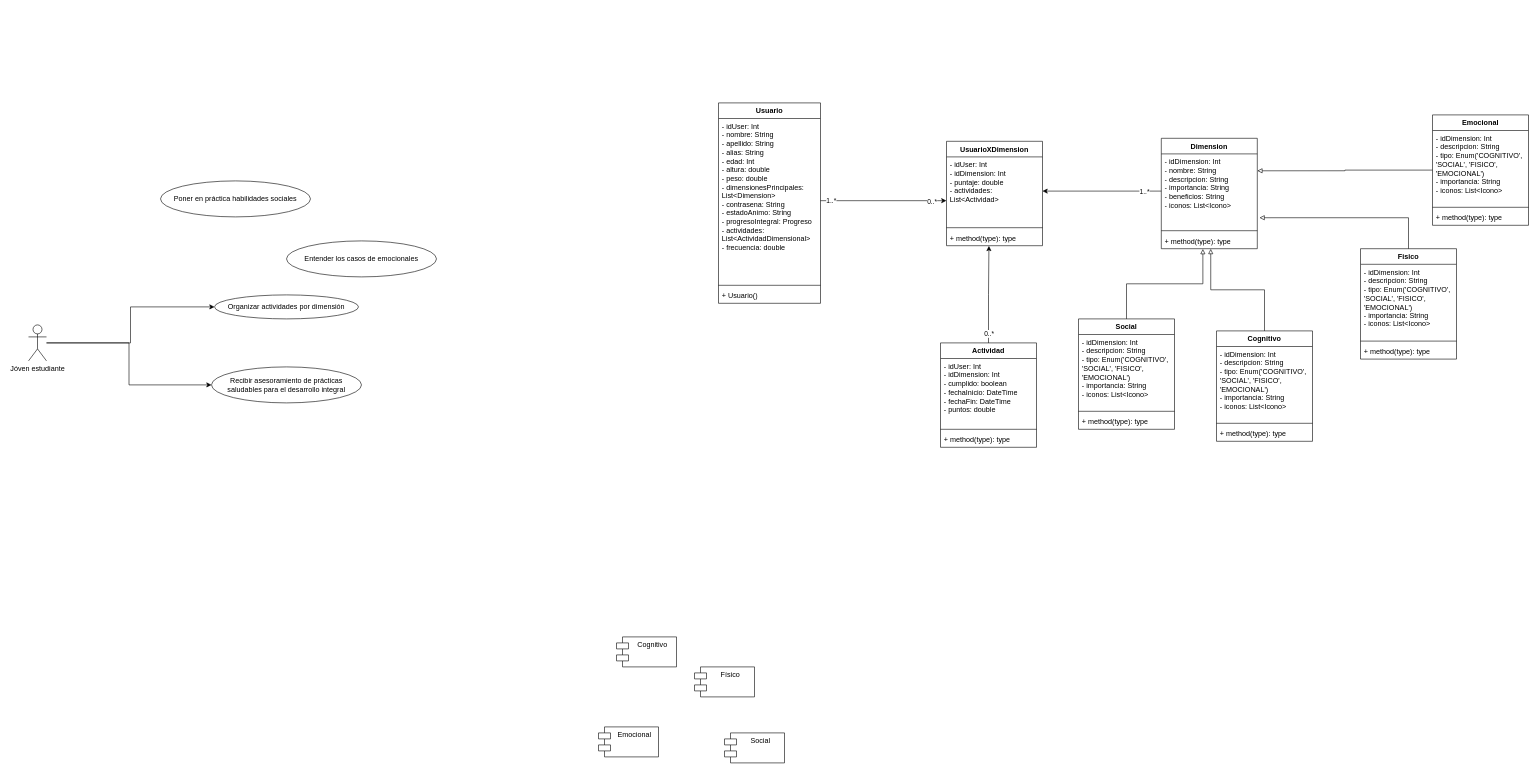
This is ArquitecturaAUVRA.drawio from MatiaswthH/Diagramas_drawio, a draw.io file, before an edit. Source tidied: cells renumbered, new cells numbered last; positions are measured from the earlier drawing's top-left corner, leaving out a move shared by most shapes. Both pictures are drawn from the tidied source at 60%, with x=0, y=0 at pixel (28, 103).
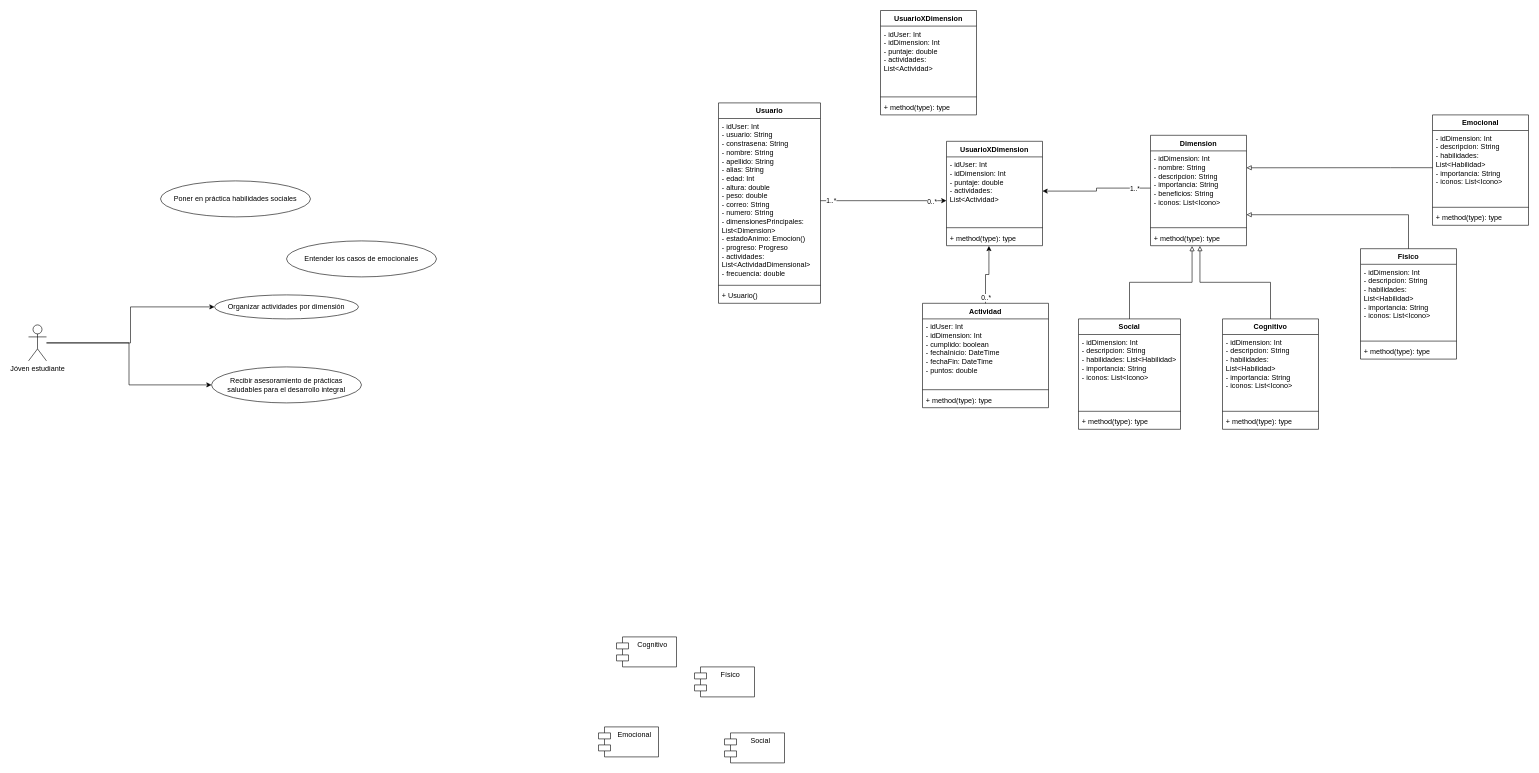
The same diagram, later.

Unchanged cells that the change refers to:
```xml
<mxCell id="13" value="Usuario" style="swimlane;fontStyle=1;align=center;verticalAlign=top;horizontal=1;startSize=26;whiteSpace=wrap;html=1;" parent="1" vertex="1">
  <mxGeometry x="1150" width="170" height="334" as="geometry" />
</mxCell>
<mxCell id="18" value="&lt;div&gt;- idDimension: Int&lt;/div&gt;&lt;div&gt;- nombre: String&lt;/div&gt;&lt;div&gt;- descripcion: String&lt;/div&gt;&lt;div&gt;- importancia: String&lt;/div&gt;&lt;div&gt;- beneficios: String&lt;/div&gt;&lt;div&gt;- iconos: List&amp;lt;Icono&amp;gt;&amp;nbsp;&lt;/div&gt;" style="text;strokeColor=none;fillColor=none;align=left;verticalAlign=top;spacingLeft=4;spacingRight=4;overflow=hidden;points=[[0,0.5],[1,0.5]];portConstraint=eastwest;whiteSpace=wrap;html=1;" parent="17" vertex="1">
  <mxGeometry y="26" width="160" height="124" as="geometry" />
</mxCell>
<mxCell id="37" value="Fisico" style="swimlane;fontStyle=1;align=center;verticalAlign=top;horizontal=1;startSize=26;whiteSpace=wrap;html=1;" parent="1" vertex="1">
  <mxGeometry x="2220" y="243" width="160" height="184" as="geometry" />
</mxCell>
<mxCell id="41" value="Emocional" style="swimlane;fontStyle=1;align=center;verticalAlign=top;horizontal=1;startSize=26;whiteSpace=wrap;html=1;" parent="1" vertex="1">
  <mxGeometry x="2340" y="20" width="160" height="184" as="geometry" />
</mxCell>
```

Diff of the diagram source:
```diff
@@
-    <mxCell id="14" value="- idUser: Int&lt;div&gt;- nombre: String&lt;/div&gt;&lt;div&gt;- apellido: String&lt;/div&gt;&lt;div&gt;- alias: String&lt;/div&gt;&lt;div&gt;- edad: Int&lt;/div&gt;&lt;div&gt;- altura: double&lt;/div&gt;&lt;div&gt;- peso: double&lt;/div&gt;&lt;div&gt;&lt;div&gt;&lt;div&gt;- dimensionesPrincipales: List&amp;lt;Dimension&amp;gt;&lt;/div&gt;&lt;/div&gt;&lt;div&gt;- contrasena: String&lt;/div&gt;&lt;div&gt;- estadoAnimo: String&lt;/div&gt;&lt;div&gt;- progresoIntegral: Progreso&lt;/div&gt;&lt;/div&gt;&lt;div&gt;- actividades: List&amp;lt;ActividadDimensional&amp;gt;&lt;/div&gt;&lt;div&gt;- frecuencia: double&lt;/div&gt;" style="text;strokeColor=none;fillColor=none;align=left;verticalAlign=top;spacingLeft=4;spacingRight=4;overflow=hidden;points=[[0,0.5],[1,0.5]];portConstraint=eastwest;whiteSpace=wrap;html=1;" parent="13" vertex="1">
+    <mxCell id="14" value="- idUser: Int&lt;div&gt;&lt;div&gt;- usuario: String&lt;/div&gt;&lt;div&gt;- constrasena: String&lt;/div&gt;&lt;div&gt;- nombre: String&lt;/div&gt;&lt;div&gt;- apellido: String&lt;/div&gt;&lt;div&gt;- alias: String&lt;/div&gt;&lt;div&gt;- edad: Int&lt;/div&gt;&lt;div&gt;- altura: double&lt;/div&gt;&lt;div&gt;- peso: double&lt;/div&gt;&lt;div&gt;- correo: String&lt;/div&gt;&lt;div&gt;- numero: String&lt;/div&gt;&lt;div&gt;&lt;div&gt;&lt;div&gt;- dimensionesPrincipales: List&amp;lt;Dimension&amp;gt;&lt;/div&gt;&lt;/div&gt;&lt;div&gt;&lt;span style=&quot;background-color: transparent; color: light-dark(rgb(0, 0, 0), rgb(255, 255, 255));&quot;&gt;- estadoAnimo: Emocion()&lt;/span&gt;&lt;/div&gt;&lt;div&gt;- progreso: Progreso&lt;/div&gt;&lt;/div&gt;&lt;div&gt;- actividades: List&amp;lt;ActividadDimensional&amp;gt;&lt;/div&gt;&lt;div&gt;- frecuencia: double&lt;/div&gt;&lt;/div&gt;" style="text;strokeColor=none;fillColor=none;align=left;verticalAlign=top;spacingLeft=4;spacingRight=4;overflow=hidden;points=[[0,0.5],[1,0.5]];portConstraint=eastwest;whiteSpace=wrap;html=1;" parent="13" vertex="1">
       <mxGeometry y="26" width="170" height="274" as="geometry" />
     </mxCell>
@@
     <mxCell id="17" value="Dimension" style="swimlane;fontStyle=1;align=center;verticalAlign=top;horizontal=1;startSize=26;whiteSpace=wrap;html=1;" parent="1" vertex="1">
-      <mxGeometry x="1888" y="59" width="160" height="184" as="geometry" />
+      <mxGeometry x="1870" y="54" width="160" height="184" as="geometry" />
     </mxCell>
@@
     <mxCell id="25" value="Actividad" style="swimlane;fontStyle=1;align=center;verticalAlign=top;horizontal=1;startSize=26;whiteSpace=wrap;html=1;" parent="1" vertex="1">
-      <mxGeometry x="1520" y="400" width="160" height="174" as="geometry" />
+      <mxGeometry x="1490" y="334" width="210" height="174" as="geometry" />
     </mxCell>
     <mxCell id="26" value="&lt;div&gt;- idUser: Int&lt;/div&gt;&lt;div&gt;- idDimension: Int&lt;/div&gt;&lt;div&gt;&lt;span style=&quot;background-color: transparent; color: light-dark(rgb(0, 0, 0), rgb(255, 255, 255));&quot;&gt;- cumplido: boolean&lt;/span&gt;&lt;/div&gt;&lt;div&gt;- fechaInicio: DateTime&lt;/div&gt;&lt;div&gt;- fechaFin: DateTime&lt;/div&gt;&lt;div&gt;- puntos: double&lt;/div&gt;" style="text;strokeColor=none;fillColor=none;align=left;verticalAlign=top;spacingLeft=4;spacingRight=4;overflow=hidden;whiteSpace=wrap;html=1;" parent="25" vertex="1">
-      <mxGeometry y="26" width="160" height="114" as="geometry" />
+      <mxGeometry y="26" width="210" height="114" as="geometry" />
     </mxCell>
     <mxCell id="27" style="line;strokeWidth=1;fillColor=none;align=left;verticalAlign=middle;spacingTop=-1;spacingLeft=3;spacingRight=3;labelPosition=right;strokeColor=inherit;" parent="25" vertex="1">
-      <mxGeometry y="140" width="160" height="8" as="geometry" />
+      <mxGeometry y="140" width="210" height="8" as="geometry" />
     </mxCell>
     <mxCell id="28" value="+ method(type): type" style="text;strokeColor=none;fillColor=none;align=left;verticalAlign=top;spacingLeft=4;spacingRight=4;overflow=hidden;whiteSpace=wrap;html=1;" parent="25" vertex="1">
-      <mxGeometry y="148" width="160" height="26" as="geometry" />
+      <mxGeometry y="148" width="210" height="26" as="geometry" />
     </mxCell>
     <mxCell id="29" value="Social" style="swimlane;fontStyle=1;align=center;verticalAlign=top;horizontal=1;startSize=26;whiteSpace=wrap;html=1;" parent="1" vertex="1">
-      <mxGeometry x="1750" y="360" width="160" height="184" as="geometry" />
+      <mxGeometry x="1750" y="360" width="170" height="184" as="geometry" />
     </mxCell>
-    <mxCell id="30" value="&lt;div&gt;- idDimension: Int&lt;/div&gt;- descripcion: String&lt;div&gt;- tipo: Enum('COGNITIVO', 'SOCIAL', 'FISICO', 'EMOCIONAL')&lt;/div&gt;&lt;div&gt;- importancia: String&lt;/div&gt;&lt;div&gt;- iconos: List&amp;lt;Icono&amp;gt;&amp;nbsp;&lt;/div&gt;" style="text;strokeColor=none;fillColor=none;align=left;verticalAlign=top;spacingLeft=4;spacingRight=4;overflow=hidden;whiteSpace=wrap;html=1;" parent="29" vertex="1">
-      <mxGeometry y="26" width="160" height="124" as="geometry" />
+    <mxCell id="30" value="&lt;div&gt;- idDimension: Int&lt;/div&gt;- descripcion: String&lt;div&gt;&lt;div&gt;- habilidades: List&amp;lt;Habilidad&amp;gt;&lt;/div&gt;&lt;/div&gt;&lt;div&gt;- importancia: String&lt;/div&gt;&lt;div&gt;- iconos: List&amp;lt;Icono&amp;gt;&amp;nbsp;&lt;/div&gt;" style="text;strokeColor=none;fillColor=none;align=left;verticalAlign=top;spacingLeft=4;spacingRight=4;overflow=hidden;whiteSpace=wrap;html=1;" parent="29" vertex="1">
+      <mxGeometry y="26" width="170" height="124" as="geometry" />
     </mxCell>
     <mxCell id="31" style="line;strokeWidth=1;fillColor=none;align=left;verticalAlign=middle;spacingTop=-1;spacingLeft=3;spacingRight=3;labelPosition=right;strokeColor=inherit;" parent="29" vertex="1">
-      <mxGeometry y="150" width="160" height="8" as="geometry" />
+      <mxGeometry y="150" width="170" height="8" as="geometry" />
     </mxCell>
     <mxCell id="32" value="+ method(type): type" style="text;strokeColor=none;fillColor=none;align=left;verticalAlign=top;spacingLeft=4;spacingRight=4;overflow=hidden;whiteSpace=wrap;html=1;" parent="29" vertex="1">
-      <mxGeometry y="158" width="160" height="26" as="geometry" />
+      <mxGeometry y="158" width="170" height="26" as="geometry" />
     </mxCell>
     <mxCell id="33" value="Cognitivo" style="swimlane;fontStyle=1;align=center;verticalAlign=top;horizontal=1;startSize=26;whiteSpace=wrap;html=1;" parent="1" vertex="1">
-      <mxGeometry x="1980" y="380" width="160" height="184" as="geometry" />
+      <mxGeometry x="1990" y="360" width="160" height="184" as="geometry" />
     </mxCell>
-    <mxCell id="34" value="&lt;div&gt;- idDimension: Int&lt;/div&gt;- descripcion: String&lt;div&gt;- tipo: Enum('COGNITIVO', 'SOCIAL', 'FISICO', 'EMOCIONAL')&lt;/div&gt;&lt;div&gt;- importancia: String&lt;/div&gt;&lt;div&gt;- iconos: List&amp;lt;Icono&amp;gt;&amp;nbsp;&lt;/div&gt;" style="text;strokeColor=none;fillColor=none;align=left;verticalAlign=top;spacingLeft=4;spacingRight=4;overflow=hidden;whiteSpace=wrap;html=1;" parent="33" vertex="1">
+    <mxCell id="34" value="&lt;div&gt;- idDimension: Int&lt;/div&gt;- descripcion: String&lt;div&gt;&lt;div&gt;- habilidades: List&amp;lt;Habilidad&amp;gt;&lt;/div&gt;&lt;/div&gt;&lt;div&gt;- importancia: String&lt;/div&gt;&lt;div&gt;- iconos: List&amp;lt;Icono&amp;gt;&amp;nbsp;&lt;/div&gt;" style="text;strokeColor=none;fillColor=none;align=left;verticalAlign=top;spacingLeft=4;spacingRight=4;overflow=hidden;whiteSpace=wrap;html=1;" parent="33" vertex="1">
       <mxGeometry y="26" width="160" height="124" as="geometry" />
     </mxCell>
@@
-    <mxCell id="38" value="&lt;div&gt;- idDimension: Int&lt;/div&gt;- descripcion: String&lt;div&gt;- tipo: Enum('COGNITIVO', 'SOCIAL', 'FISICO', 'EMOCIONAL')&lt;/div&gt;&lt;div&gt;- importancia: String&lt;/div&gt;&lt;div&gt;- iconos: List&amp;lt;Icono&amp;gt;&amp;nbsp;&lt;/div&gt;" style="text;strokeColor=none;fillColor=none;align=left;verticalAlign=top;spacingLeft=4;spacingRight=4;overflow=hidden;whiteSpace=wrap;html=1;" parent="37" vertex="1">
+    <mxCell id="38" value="&lt;div&gt;- idDimension: Int&lt;/div&gt;- descripcion: String&lt;div&gt;- habilidades: List&amp;lt;Habilidad&amp;gt;&lt;/div&gt;&lt;div&gt;&lt;span style=&quot;background-color: transparent; color: light-dark(rgb(0, 0, 0), rgb(255, 255, 255));&quot;&gt;- importancia: String&lt;/span&gt;&lt;/div&gt;&lt;div&gt;- iconos: List&amp;lt;Icono&amp;gt;&amp;nbsp;&lt;/div&gt;" style="text;strokeColor=none;fillColor=none;align=left;verticalAlign=top;spacingLeft=4;spacingRight=4;overflow=hidden;whiteSpace=wrap;html=1;" parent="37" vertex="1">
       <mxGeometry y="26" width="160" height="124" as="geometry" />
     </mxCell>
@@
-    <mxCell id="42" value="&lt;div&gt;- idDimension: Int&lt;/div&gt;- descripcion: String&lt;div&gt;- tipo: Enum('COGNITIVO', 'SOCIAL', 'FISICO', 'EMOCIONAL')&lt;/div&gt;&lt;div&gt;- importancia: String&lt;/div&gt;&lt;div&gt;- iconos: List&amp;lt;Icono&amp;gt;&amp;nbsp;&lt;/div&gt;" style="text;strokeColor=none;fillColor=none;align=left;verticalAlign=top;spacingLeft=4;spacingRight=4;overflow=hidden;whiteSpace=wrap;html=1;" parent="41" vertex="1">
+    <mxCell id="42" value="&lt;div&gt;- idDimension: Int&lt;/div&gt;- descripcion: String&lt;div&gt;- habilidades: List&amp;lt;Habilidad&amp;gt;&lt;/div&gt;&lt;div&gt;- importancia: String&lt;/div&gt;&lt;div&gt;- iconos: List&amp;lt;Icono&amp;gt;&amp;nbsp;&lt;/div&gt;" style="text;strokeColor=none;fillColor=none;align=left;verticalAlign=top;spacingLeft=4;spacingRight=4;overflow=hidden;whiteSpace=wrap;html=1;" parent="41" vertex="1">
       <mxGeometry y="26" width="160" height="124" as="geometry" />
     </mxCell>
@@
-    <mxCell id="47" style="edgeStyle=orthogonalEdgeStyle;rounded=0;jettySize=auto;html=1;entryX=1.023;entryY=0.858;entryDx=0;entryDy=0;entryPerimeter=0;endArrow=block;endFill=0;" parent="1" edge="1" source="37" target="18">
+    <mxCell id="47" style="edgeStyle=orthogonalEdgeStyle;rounded=0;jettySize=auto;html=1;entryX=1;entryY=0.858;entryDx=0;entryDy=0;entryPerimeter=0;endArrow=block;endFill=0;" parent="1" edge="1" source="37" target="18">
       <mxGeometry relative="1" as="geometry" />
     </mxCell>
     <mxCell id="48" style="edgeStyle=orthogonalEdgeStyle;rounded=0;jettySize=auto;html=1;entryX=1;entryY=0.227;entryDx=0;entryDy=0;entryPerimeter=0;endArrow=block;endFill=0;" parent="1" edge="1" source="41" target="18">
-      <mxGeometry relative="1" as="geometry" />
+      <mxGeometry relative="1" as="geometry">
+        <Array as="points">
+          <mxPoint x="2270" y="108" />
+          <mxPoint x="2270" y="108" />
+        </Array>
+      </mxGeometry>
     </mxCell>
@@
+    <mxCell id="56" value="UsuarioXDimension" style="swimlane;fontStyle=1;align=center;verticalAlign=top;horizontal=1;startSize=26;whiteSpace=wrap;html=1;" parent="1" vertex="1">
+      <mxGeometry x="1420" y="-154" width="160" height="174" as="geometry" />
+    </mxCell>
+    <mxCell id="57" value="&lt;div&gt;- idUser: Int&lt;/div&gt;&lt;div&gt;- idDimension: Int&lt;/div&gt;&lt;div&gt;&lt;span style=&quot;background-color: transparent; color: light-dark(rgb(0, 0, 0), rgb(255, 255, 255));&quot;&gt;- puntaje: double&amp;nbsp;&lt;/span&gt;&lt;/div&gt;&lt;div&gt;- actividades: List&amp;lt;Actividad&amp;gt;&lt;/div&gt;" style="text;strokeColor=none;fillColor=none;align=left;verticalAlign=top;spacingLeft=4;spacingRight=4;overflow=hidden;whiteSpace=wrap;html=1;" parent="56" vertex="1">
+      <mxGeometry y="26" width="160" height="114" as="geometry" />
+    </mxCell>
+    <mxCell id="58" style="line;strokeWidth=1;fillColor=none;align=left;verticalAlign=middle;spacingTop=-1;spacingLeft=3;spacingRight=3;labelPosition=right;strokeColor=inherit;" parent="56" vertex="1">
+      <mxGeometry y="140" width="160" height="8" as="geometry" />
+    </mxCell>
+    <mxCell id="59" value="+ method(type): type" style="text;strokeColor=none;fillColor=none;align=left;verticalAlign=top;spacingLeft=4;spacingRight=4;overflow=hidden;whiteSpace=wrap;html=1;" parent="56" vertex="1">
+      <mxGeometry y="148" width="160" height="26" as="geometry" />
+    </mxCell>
```
